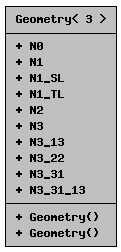
This is struct_geometry_3_013_01_4__coll__graph.png from acgetchell/CDT-plusplus, a Graphviz export, as it was before one commit. Its source is kept beside it as struct_geometry_3_013_01_4__coll__graph.dot.
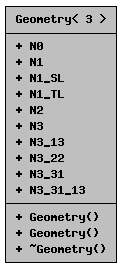
After the commit.

The edit, as a diff of the source:
```diff
@@ -2,5 +2,5 @@
 {
   edge [fontname="Helvetica",fontsize="10",labelfontname="Helvetica",labelfontsize="10"];
   node [fontname="Helvetica",fontsize="10",shape=record];
-  Node1 [label="{Geometry\< 3 \>\n|+ N0\l+ N1\l+ N1_SL\l+ N1_TL\l+ N2\l+ N3\l+ N3_13\l+ N3_22\l+ N3_31\l+ N3_31_13\l|+ Geometry()\l+ Geometry()\l}",height=0.2,width=0.4,color="black", fillcolor="grey75", style="filled", fontcolor="black",tooltip="3D Geometry"];
+  Node1 [label="{Geometry\< 3 \>\n|+ N0\l+ N1\l+ N1_SL\l+ N1_TL\l+ N2\l+ N3\l+ N3_13\l+ N3_22\l+ N3_31\l+ N3_31_13\l|+ Geometry()\l+ Geometry()\l+ ~Geometry()\l}",height=0.2,width=0.4,color="black", fillcolor="grey75", style="filled", fontcolor="black",tooltip="3D Geometry"];
 }
```
